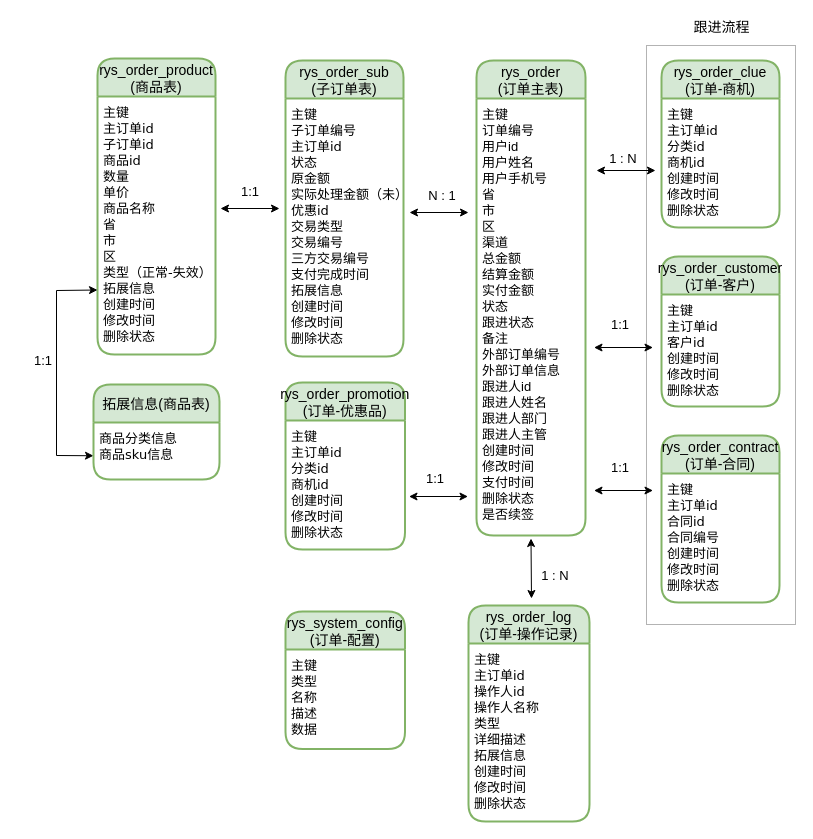
This is orderDb.drawio from zhaoershuang/flow-chart, a draw.io file, before an edit. Source tidied: cells renumbered, new cells numbered last; positions are measured from the earlier drawing's top-left corner, leaving out a move shared by most shapes. Both pictures are drawn from the tidied source at 100%, with x=0, y=0 at pixel (17, 17).
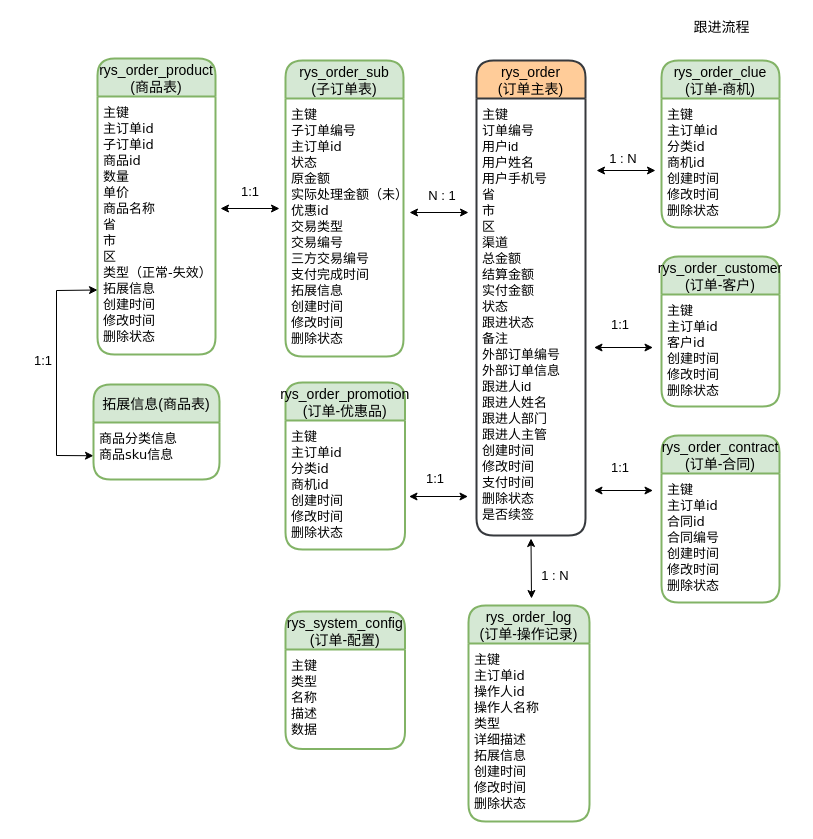
The same diagram, later.

What changed in the source:
```diff
@@
-    <mxCell id="2" style="rounded=0;whiteSpace=wrap;html=1;sketch=0;strokeColor=#B3B3B3;" parent="1" vertex="1">
-      <mxGeometry x="629" y="28" width="149" height="579" as="geometry" />
-    </mxCell>
@@
-    <mxCell id="9" value="rys_order&#10;(订单主表)" style="swimlane;horizontal=1;startSize=38;rounded=1;fontSize=14;fontStyle=0;strokeWidth=2;shadow=0;dashed=0;align=center;swimlaneLine=1;fillColor=#d5e8d4;strokeColor=#82b366;" parent="1" vertex="1">
+    <mxCell id="9" value="rys_order&#10;(订单主表)" style="swimlane;horizontal=1;startSize=38;rounded=1;fontSize=14;fontStyle=0;strokeWidth=2;shadow=0;dashed=0;align=center;swimlaneLine=1;fillColor=#ffcc99;strokeColor=#36393d;" parent="1" vertex="1">
       <mxGeometry x="459" y="43" width="109" height="475" as="geometry" />
     </mxCell>
```
